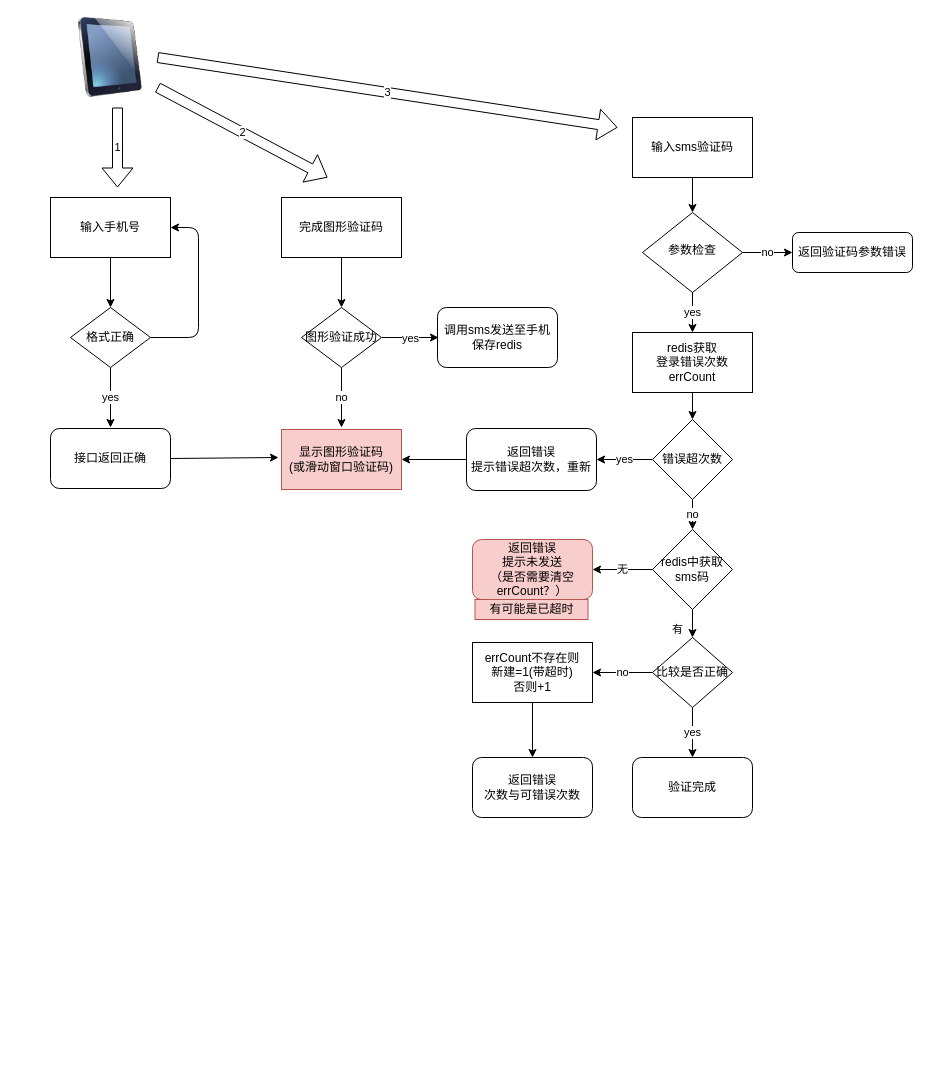
Earlier version of the draw.io diagram Untitled Diagram.drawio (leehomda/firsttest). Source tidied: cells renumbered, new cells numbered last; positions are measured from the earlier drawing's top-left corner, leaving out a move shared by most shapes. Both pictures are drawn from the tidied source at 100%, with x=0, y=0 at pixel (50, 17).
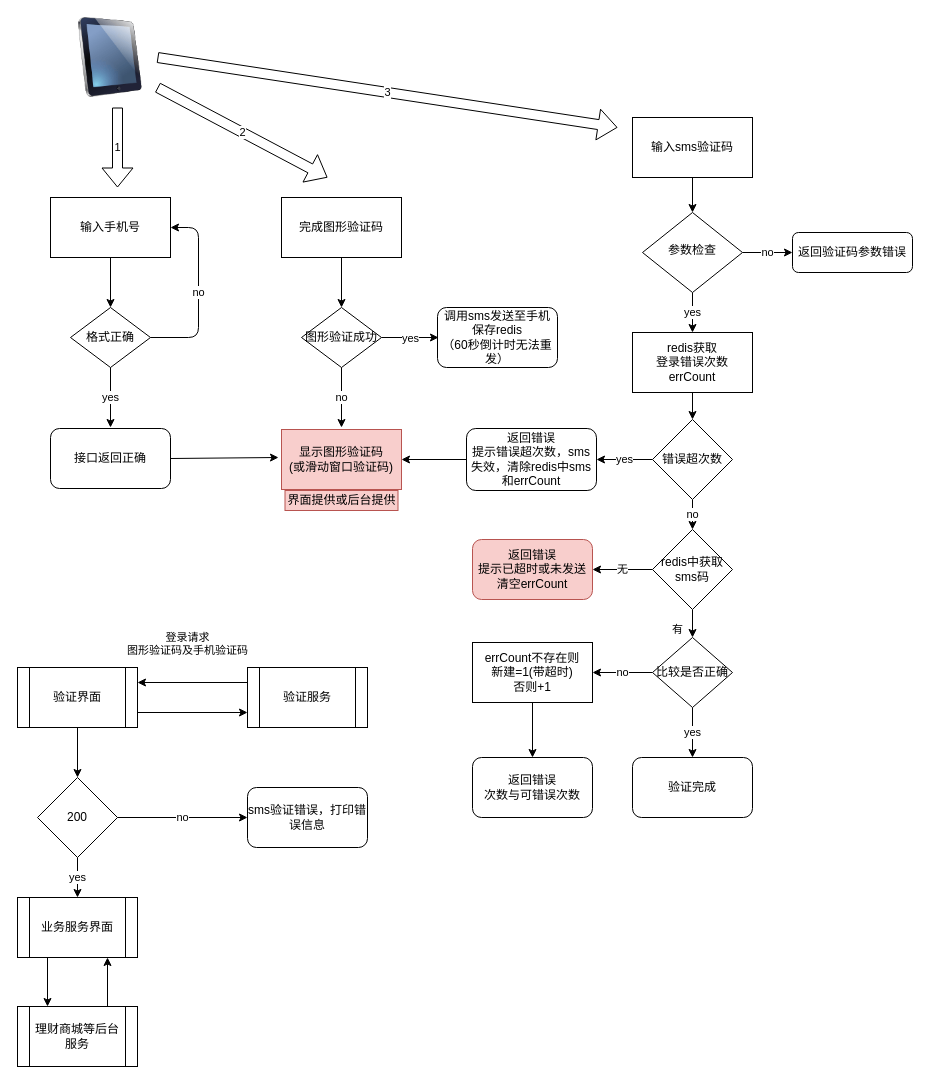
After the change.

The change refers to these unchanged cells:
```xml
<mxCell id="3" value="输入手机号" style="rounded=0;whiteSpace=wrap;html=1;" parent="1" vertex="1">
  <mxGeometry y="180" width="120" height="60" as="geometry" />
</mxCell>
<mxCell id="4" value="格式正确" style="rhombus;whiteSpace=wrap;html=1;" parent="1" vertex="1">
  <mxGeometry x="20" y="290" width="80" height="60" as="geometry" />
</mxCell>
```

Change to the diagram source:
```diff
@@
-    <mxCell id="22" value="&lt;span&gt;返回错误&lt;/span&gt;&lt;br&gt;&lt;span&gt;提示未发送&lt;/span&gt;&lt;br&gt;&lt;span&gt;（是否需要清空errCount？）&lt;/span&gt;" style="rounded=1;whiteSpace=wrap;html=1;fillColor=#f8cecc;strokeColor=#b85450;" parent="1" vertex="1">
+    <mxCell id="22" value="&lt;span&gt;返回错误&lt;/span&gt;&lt;br&gt;&lt;span&gt;提示已超时或未发送&lt;/span&gt;&lt;br&gt;&lt;span&gt;清空errCount&lt;/span&gt;" style="rounded=1;whiteSpace=wrap;html=1;fillColor=#f8cecc;strokeColor=#b85450;" parent="1" vertex="1">
       <mxGeometry x="422" y="522" width="120" height="60" as="geometry" />
     </mxCell>
@@
-    <mxCell id="24" value="返回错误&lt;br&gt;提示错误超次数，重新" style="rounded=1;whiteSpace=wrap;html=1;" parent="1" vertex="1">
+    <mxCell id="24" value="返回错误&lt;br&gt;提示错误超次数，sms失效，清除redis中sms和errCount" style="rounded=1;whiteSpace=wrap;html=1;" parent="1" vertex="1">
       <mxGeometry x="416" y="411" width="130" height="62" as="geometry" />
     </mxCell>
@@
-    <mxCell id="35" value="&lt;span&gt;调用sms发送至手机&lt;/span&gt;&lt;br&gt;&lt;span&gt;保存redis&lt;/span&gt;" style="rounded=1;whiteSpace=wrap;html=1;" parent="1" vertex="1">
+    <mxCell id="35" value="&lt;span&gt;调用sms发送至手机&lt;/span&gt;&lt;br&gt;&lt;span&gt;保存redis&lt;br&gt;（60秒倒计时无法重发）&lt;br&gt;&lt;/span&gt;" style="rounded=1;whiteSpace=wrap;html=1;" parent="1" vertex="1">
       <mxGeometry x="387" y="290" width="120" height="60" as="geometry" />
     </mxCell>
@@
-    <mxCell id="39" style="endArrow=classic;html=1;exitX=1;exitY=0.5;exitDx=0;exitDy=0;entryX=1;entryY=0.5;entryDx=0;entryDy=0;" parent="1" edge="1" source="4" target="3">
+    <mxCell id="39" value="no" style="endArrow=classic;html=1;exitX=1;exitY=0.5;exitDx=0;exitDy=0;entryX=1;entryY=0.5;entryDx=0;entryDy=0;" parent="1" edge="1" source="4" target="3">
       <mxGeometry relative="1" as="geometry">
         <Array as="points">
           <mxPoint x="148" y="320" />
           <mxPoint x="148" y="210" />
         </Array>
       </mxGeometry>
     </mxCell>
-    <mxCell id="40" value="有可能是已超时" style="text;html=1;strokeColor=#b85450;fillColor=#f8cecc;align=center;verticalAlign=middle;whiteSpace=wrap;rounded=0;" parent="1" vertex="1">
-      <mxGeometry x="424.5" y="582" width="113" height="20" as="geometry" />
+    <mxCell id="40" value="界面提供或后台提供" style="text;html=1;strokeColor=#b85450;fillColor=#f8cecc;align=center;verticalAlign=middle;whiteSpace=wrap;rounded=0;" parent="1" vertex="1">
+      <mxGeometry x="234.5" y="473" width="113" height="20" as="geometry" />
     </mxCell>
@@
+    <mxCell id="45" style="edgeStyle=orthogonalEdgeStyle;rounded=0;jettySize=auto;html=1;" parent="1" edge="1" source="47" target="50">
+      <mxGeometry relative="1" as="geometry" />
+    </mxCell>
+    <mxCell id="46" style="edgeStyle=orthogonalEdgeStyle;rounded=0;jettySize=auto;html=1;exitX=1;exitY=0.75;exitDx=0;exitDy=0;entryX=0;entryY=0.75;entryDx=0;entryDy=0;" parent="1" edge="1" source="47" target="48">
+      <mxGeometry relative="1" as="geometry" />
+    </mxCell>
+    <mxCell id="47" value="验证界面" style="shape=process;whiteSpace=wrap;html=1;backgroundOutline=1;" parent="1" vertex="1">
+      <mxGeometry x="-33" y="650" width="120" height="60" as="geometry" />
+    </mxCell>
+    <mxCell id="48" value="验证服务" style="shape=process;whiteSpace=wrap;html=1;backgroundOutline=1;" parent="1" vertex="1">
+      <mxGeometry x="197" y="650" width="120" height="60" as="geometry" />
+    </mxCell>
+    <mxCell id="49" value="yes" style="edgeStyle=orthogonalEdgeStyle;rounded=0;jettySize=auto;html=1;" parent="1" edge="1" source="50" target="53">
+      <mxGeometry relative="1" as="geometry" />
+    </mxCell>
+    <mxCell id="50" value="200" style="rhombus;whiteSpace=wrap;html=1;" parent="1" vertex="1">
+      <mxGeometry x="-13" y="760" width="80" height="80" as="geometry" />
+    </mxCell>
+    <mxCell id="51" value="sms验证错误，打印错误信息" style="rounded=1;whiteSpace=wrap;html=1;" parent="1" vertex="1">
+      <mxGeometry x="197" y="770" width="120" height="60" as="geometry" />
+    </mxCell>
+    <mxCell id="52" value="理财商城等后台服务" style="shape=process;whiteSpace=wrap;html=1;backgroundOutline=1;" parent="1" vertex="1">
+      <mxGeometry x="-33" y="989" width="120" height="60" as="geometry" />
+    </mxCell>
+    <mxCell id="53" value="业务服务界面" style="shape=process;whiteSpace=wrap;html=1;backgroundOutline=1;" parent="1" vertex="1">
+      <mxGeometry x="-33" y="880" width="120" height="60" as="geometry" />
+    </mxCell>
+    <mxCell id="54" style="endArrow=classic;html=1;exitX=0.25;exitY=1;exitDx=0;exitDy=0;entryX=0.25;entryY=0;entryDx=0;entryDy=0;" parent="1" edge="1" source="53" target="52">
+      <mxGeometry relative="1" as="geometry" />
+    </mxCell>
+    <mxCell id="55" style="endArrow=classic;html=1;exitX=0.75;exitY=0;exitDx=0;exitDy=0;entryX=0.75;entryY=1;entryDx=0;entryDy=0;" parent="1" edge="1" source="52" target="53">
+      <mxGeometry relative="1" as="geometry" />
+    </mxCell>
+    <mxCell id="56" value="no" style="endArrow=classic;html=1;exitX=1;exitY=0.5;exitDx=0;exitDy=0;entryX=0;entryY=0.5;entryDx=0;entryDy=0;" parent="1" edge="1" source="50" target="51">
+      <mxGeometry relative="1" as="geometry" />
+    </mxCell>
+    <mxCell id="57" value="&lt;br&gt;登录请求&lt;br&gt;图形验证码及手机验证码" style="endArrow=classic;html=1;exitX=0;exitY=0.25;exitDx=0;exitDy=0;entryX=1;entryY=0.25;entryDx=0;entryDy=0;" parent="1" edge="1" source="48" target="47">
+      <mxGeometry x="0.09" y="-45" relative="1" as="geometry" />
+    </mxCell>
```
